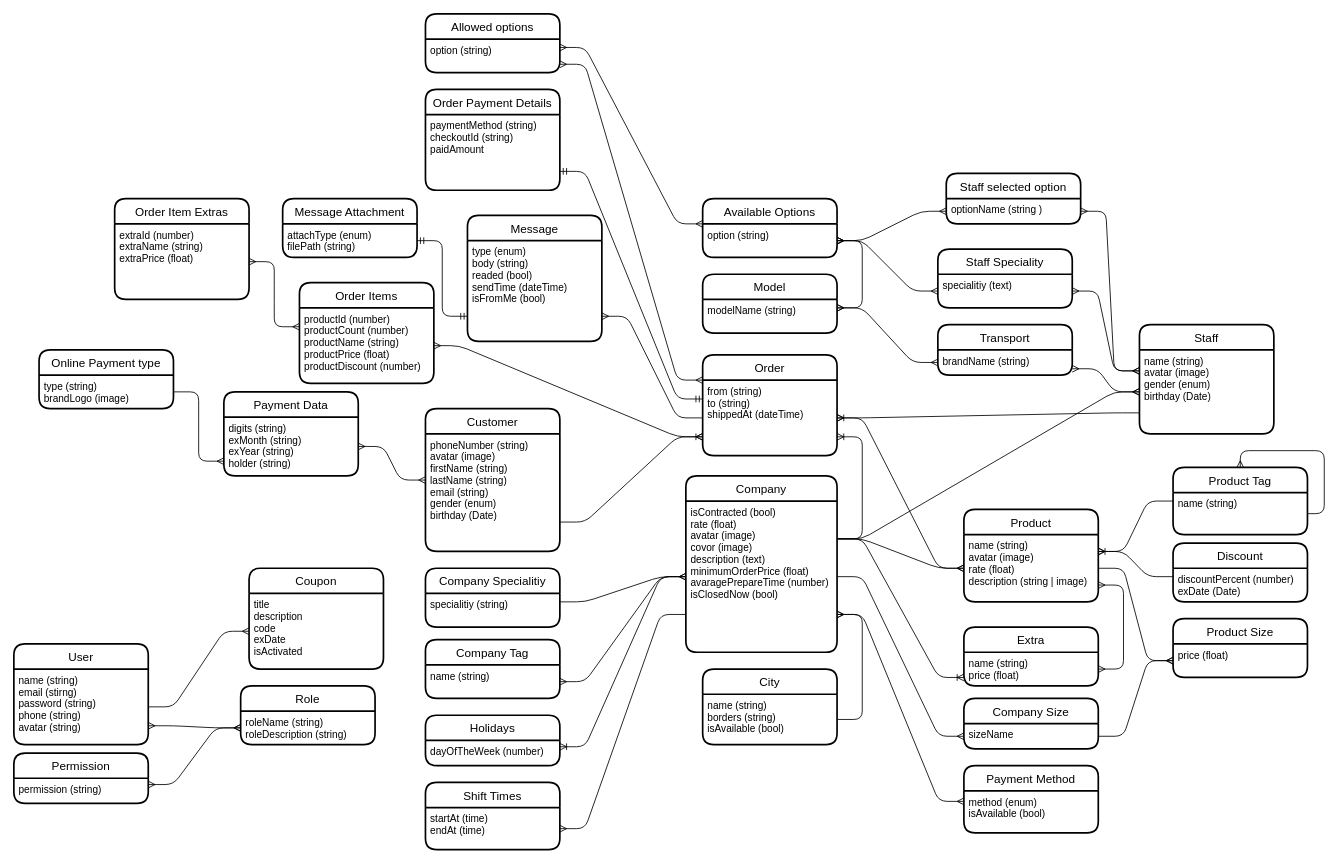
Above: page "logical model" (1 of 2) of Delibox Diagram.drawio in DELIBOXsa/delibox-ER (draw.io), before the change. Source tidied: cells renumbered, new cells numbered last; positions are measured from the earlier drawing's top-left corner, leaving out a move shared by most shapes. Both pictures are drawn from the tidied source at 84%, with x=0, y=0 at pixel (13, 13).
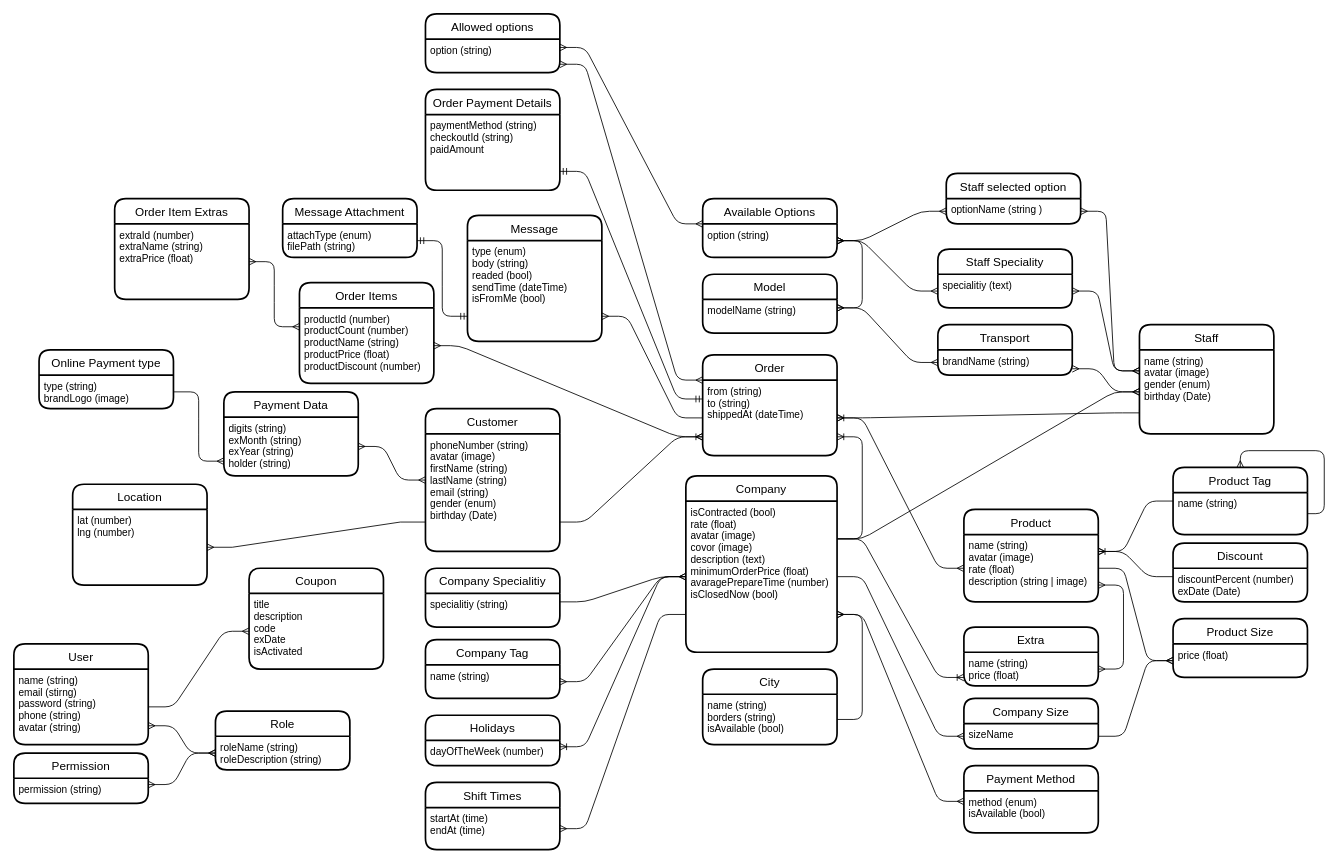
Above is the later version.

The change refers to these unchanged cells:
```xml
<mxCell id="3" value="isContracted (bool) &#10;rate (float)&#10;avatar (image)&#10;covor (image)&#10;description (text)&#10;minimumOrderPrice (float)&#10;avaragePrepareTime (number)&#10;isClosedNow (bool)" style="align=left;strokeColor=none;fillColor=none;spacingLeft=4;fontSize=12;verticalAlign=top;rounded=1;" parent="2" vertex="1">
  <mxGeometry y="30" width="180" height="180" as="geometry" />
</mxCell>
<mxCell id="5" value="phoneNumber (string)&#10;avatar (image)&#10;firstName (string)&#10;lastName (string)&#10;email (string)&#10;gender (enum)&#10;birthday (Date)" style="align=left;strokeColor=none;fillColor=none;spacingLeft=4;fontSize=12;verticalAlign=top;rounded=1;" parent="4" vertex="1">
  <mxGeometry y="30" width="160" height="140" as="geometry" />
</mxCell>
<mxCell id="9" value="name (string)&#10;avatar (image)&#10;rate (float)&#10;description (string | image)" style="align=left;strokeColor=none;fillColor=none;spacingLeft=4;fontSize=12;verticalAlign=top;rounded=1;" parent="8" vertex="1">
  <mxGeometry y="30" width="160" height="80" as="geometry" />
</mxCell>
```

The edit, as a diff of the source:
```diff
@@
-    <mxCell id="10" style="edgeStyle=entityRelationEdgeStyle;fontSize=12;html=1;endArrow=ERmany;exitX=1;exitY=0.25;exitDx=0;exitDy=0;entryX=0;entryY=0.5;entryDx=0;entryDy=0;" parent="1" edge="1" source="3" target="9">
-      <mxGeometry relative="1" as="geometry" />
-    </mxCell>
@@
     <mxCell id="31" value="Role" style="swimlane;horizontal=1;startSize=30;fontSize=14;fontStyle=0;strokeWidth=2;shadow=0;dashed=0;align=center;rounded=1;" parent="1" vertex="1">
-      <mxGeometry x="270" y="800" width="160" height="70" as="geometry" />
+      <mxGeometry x="240" y="830" width="160" height="70" as="geometry" />
     </mxCell>
@@
+    <mxCell id="107" value="Location" style="swimlane;horizontal=1;startSize=30;rounded=1;fontSize=14;fontStyle=0;strokeWidth=2;shadow=0;dashed=0;align=center;" parent="1" vertex="1">
+      <mxGeometry x="70" y="560" width="160" height="120" as="geometry" />
+    </mxCell>
+    <mxCell id="108" value="lat (number)&#10;lng (number)" style="align=left;strokeColor=none;fillColor=none;spacingLeft=4;fontSize=12;verticalAlign=top;" parent="107" vertex="1">
+      <mxGeometry y="30" width="160" height="90" as="geometry" />
+    </mxCell>
+    <mxCell id="109" style="edgeStyle=entityRelationEdgeStyle;fontSize=12;html=1;endArrow=ERmany;rounded=0;exitX=0;exitY=0.75;exitDx=0;exitDy=0;entryX=1;entryY=0.5;entryDx=0;entryDy=0;" parent="1" edge="1" source="5" target="108">
+      <mxGeometry relative="1" as="geometry" />
+    </mxCell>
```
